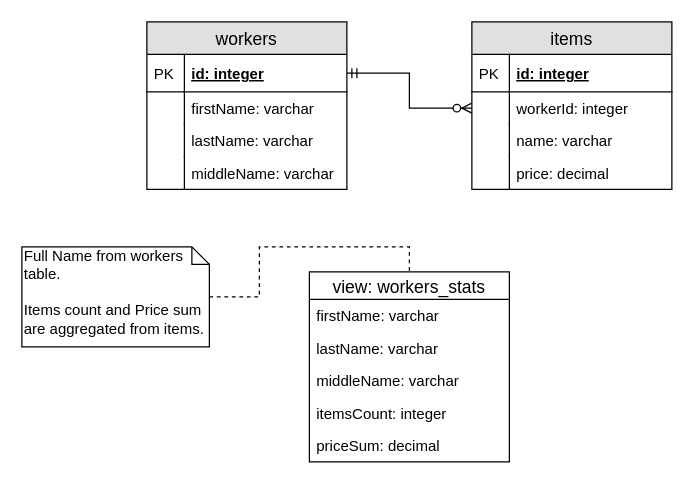
Before: page "database" (1 of 2) of assets/project.drawio in RayDarar/worker-items-app, a draw.io diagram. Source tidied: cells renumbered, new cells numbered last; positions are measured from the earlier drawing's top-left corner, leaving out a move shared by most shapes. Both pictures are drawn from the tidied source at 125%, with x=0, y=0 at pixel (21, 21).
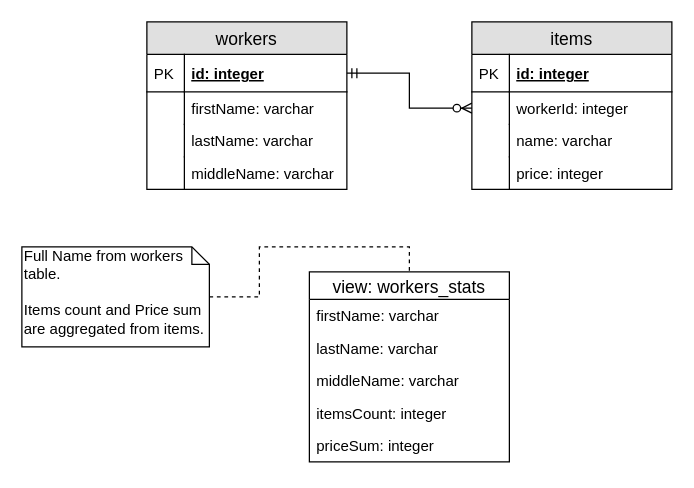
The same page after the edit.

Unchanged cells that the change refers to:
```xml
<mxCell id="11" value="items" style="swimlane;fontStyle=0;horizontal=1;startSize=26;fillColor=#e0e0e0;swimlaneFillColor=#ffffff;align=center;fontSize=14;" parent="1" vertex="1">
  <mxGeometry x="360" width="160" height="134" as="geometry" />
</mxCell>
<mxCell id="21" value="view: workers_stats" style="swimlane;fontStyle=0;horizontal=1;startSize=22;fillColor=none;swimlaneFillColor=#ffffff;align=center;fontSize=14;" parent="1" vertex="1">
  <mxGeometry x="230" y="200" width="160" height="152" as="geometry" />
</mxCell>
```

Diff of the diagram source:
```diff
@@
-    <mxCell id="18" value="price: decimal" style="shape=partialRectangle;top=0;left=0;right=0;bottom=0;align=left;verticalAlign=top;fillColor=none;spacingLeft=34;spacingRight=4;overflow=hidden;fontSize=12;" parent="11" vertex="1">
+    <mxCell id="18" value="price: integer" style="shape=partialRectangle;top=0;left=0;right=0;bottom=0;align=left;verticalAlign=top;fillColor=none;spacingLeft=34;spacingRight=4;overflow=hidden;fontSize=12;" parent="11" vertex="1">
       <mxGeometry y="108" width="160" height="26" as="geometry" />
     </mxCell>
@@
-    <mxCell id="26" value="priceSum: decimal" style="text;strokeColor=none;fillColor=none;spacingLeft=4;spacingRight=4;overflow=hidden;fontSize=12;" parent="21" vertex="1">
+    <mxCell id="26" value="priceSum: integer" style="text;strokeColor=none;fillColor=none;spacingLeft=4;spacingRight=4;overflow=hidden;fontSize=12;" parent="21" vertex="1">
       <mxGeometry y="126" width="160" height="26" as="geometry" />
     </mxCell>
```
